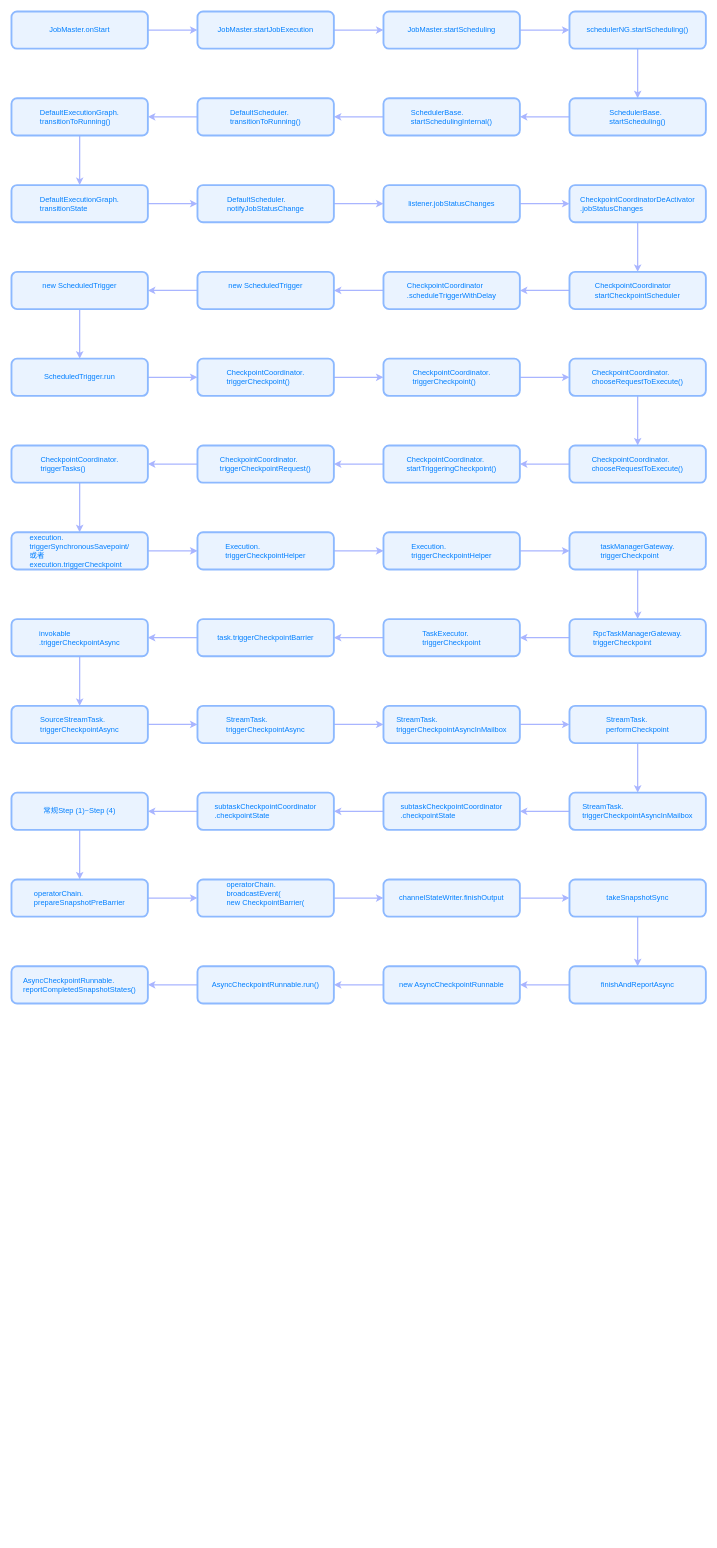
Earlier version of the draw.io diagram flink/未命名绘图.drawio (2pc/mydrawio). Source tidied: cells renumbered, new cells numbered last; positions are measured from the earlier drawing's top-left corner, leaving out a move shared by most shapes. Both pictures are drawn from the tidied source at 62%, with x=0, y=0 at pixel (11, 11).
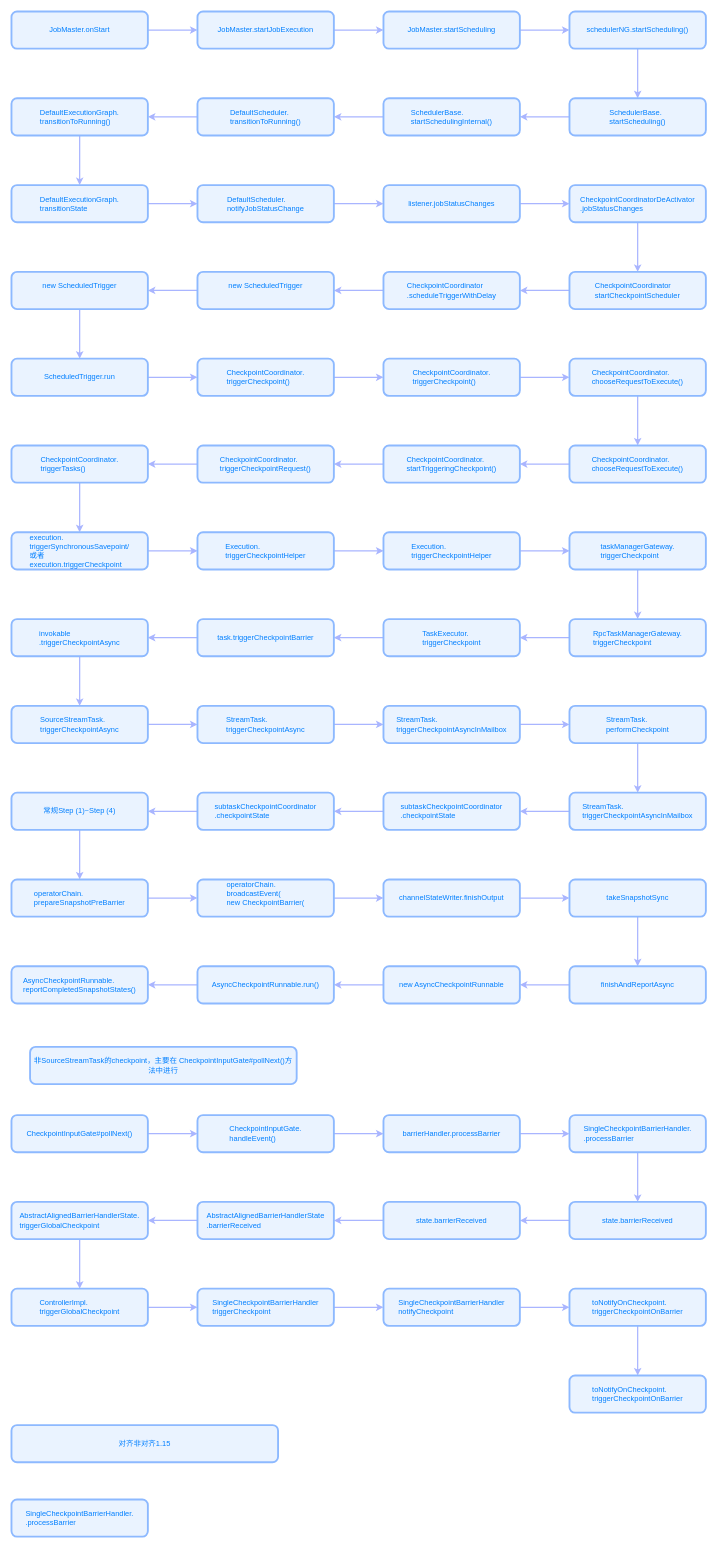
The same diagram, later.

Commit message:
streamtask ckp

The edit, as a diff of the source:
```diff
@@
+    <mxCell id="97" value="非SourceStreamTask的checkpoint，主要在&amp;nbsp;CheckpointInputGate#pollNext()方法中进行" style="rounded=1;whiteSpace=wrap;html=1;fontFamily=Helvetica;fontSize=12;fontColor=#007FFF;strokeColor=#8DB9FF;strokeWidth=3;fillColor=#EAF3FF;" parent="1" vertex="1">
+      <mxGeometry x="30" y="1670" width="430" height="60" as="geometry" />
+    </mxCell>
+    <mxCell id="98" style="edgeStyle=orthogonalEdgeStyle;rounded=0;jettySize=auto;html=1;fontFamily=Helvetica;fontSize=12;fontColor=#007FFF;strokeColor=#A9B5FF;strokeWidth=2;" parent="1" edge="1" source="99" target="101">
+      <mxGeometry relative="1" as="geometry" />
+    </mxCell>
+    <mxCell id="99" value="&lt;div style=&quot;text-align: left;&quot;&gt;&lt;span style=&quot;background-color: initial;&quot;&gt;&lt;font color=&quot;#007fff&quot;&gt;CheckpointInputGate#pollNext()&lt;/font&gt;&lt;/span&gt;&lt;/div&gt;" style="rounded=1;whiteSpace=wrap;html=1;fillColor=#EAF3FF;strokeColor=#8DB9FF;strokeWidth=3;" parent="1" vertex="1">
+      <mxGeometry y="1780" width="220" height="60" as="geometry" />
+    </mxCell>
+    <mxCell id="100" style="edgeStyle=orthogonalEdgeStyle;rounded=0;jettySize=auto;html=1;fontFamily=Helvetica;fontSize=12;fontColor=#007FFF;strokeColor=#A9B5FF;strokeWidth=2;" parent="1" edge="1" source="101" target="103">
+      <mxGeometry relative="1" as="geometry" />
+    </mxCell>
+    <mxCell id="101" value="&lt;span style=&quot;color: rgb(0, 127, 255); text-align: left;&quot;&gt;CheckpointInputGate.&lt;/span&gt;&lt;div style=&quot;text-align: left;&quot;&gt;&lt;span style=&quot;color: rgb(0, 127, 255); background-color: initial;&quot;&gt;handleEvent&lt;/span&gt;&lt;span style=&quot;background-color: initial; color: rgb(0, 127, 255);&quot;&gt;()&lt;/span&gt;&lt;/div&gt;" style="rounded=1;whiteSpace=wrap;html=1;fillColor=#EAF3FF;strokeColor=#8DB9FF;strokeWidth=3;" parent="1" vertex="1">
+      <mxGeometry x="300" y="1780" width="220" height="60" as="geometry" />
+    </mxCell>
+    <mxCell id="102" style="edgeStyle=orthogonalEdgeStyle;rounded=0;jettySize=auto;html=1;fontFamily=Helvetica;fontSize=12;fontColor=#007FFF;strokeColor=#A9B5FF;strokeWidth=2;" parent="1" edge="1" source="103" target="105">
+      <mxGeometry relative="1" as="geometry" />
+    </mxCell>
+    <mxCell id="103" value="&lt;div style=&quot;text-align: left;&quot;&gt;&lt;span style=&quot;background-color: initial;&quot;&gt;&lt;font color=&quot;#007fff&quot;&gt;barrierHandler.processBarrier&lt;/font&gt;&lt;/span&gt;&lt;/div&gt;" style="rounded=1;whiteSpace=wrap;html=1;fillColor=#EAF3FF;strokeColor=#8DB9FF;strokeWidth=3;" parent="1" vertex="1">
+      <mxGeometry x="600" y="1780" width="220" height="60" as="geometry" />
+    </mxCell>
+    <mxCell id="104" style="edgeStyle=orthogonalEdgeStyle;rounded=0;jettySize=auto;html=1;fontFamily=Helvetica;fontSize=12;fontColor=#007FFF;strokeColor=#A9B5FF;strokeWidth=2;" parent="1" edge="1" source="105" target="107">
+      <mxGeometry relative="1" as="geometry" />
+    </mxCell>
+    <mxCell id="105" value="&lt;div style=&quot;text-align: left;&quot;&gt;&lt;font color=&quot;#007fff&quot;&gt;SingleCheckpointBarrierHandler.&lt;/font&gt;&lt;br&gt;&lt;/div&gt;&lt;div style=&quot;text-align: left;&quot;&gt;&lt;span style=&quot;background-color: initial;&quot;&gt;&lt;font color=&quot;#007fff&quot;&gt;.processBarrier&lt;/font&gt;&lt;/span&gt;&lt;/div&gt;" style="rounded=1;whiteSpace=wrap;html=1;fillColor=#EAF3FF;strokeColor=#8DB9FF;strokeWidth=3;" parent="1" vertex="1">
+      <mxGeometry x="900" y="1780" width="220" height="60" as="geometry" />
+    </mxCell>
+    <mxCell id="106" style="edgeStyle=orthogonalEdgeStyle;rounded=0;jettySize=auto;html=1;fontFamily=Helvetica;fontSize=12;fontColor=#007FFF;strokeColor=#A9B5FF;strokeWidth=2;" parent="1" edge="1" source="107" target="109">
+      <mxGeometry relative="1" as="geometry" />
+    </mxCell>
+    <mxCell id="107" value="&lt;div style=&quot;text-align: left;&quot;&gt;&lt;font color=&quot;#007fff&quot;&gt;state.barrierReceived&lt;/font&gt;&lt;/div&gt;" style="rounded=1;whiteSpace=wrap;html=1;fillColor=#EAF3FF;strokeColor=#8DB9FF;strokeWidth=3;" parent="1" vertex="1">
+      <mxGeometry x="900" y="1920" width="220" height="60" as="geometry" />
+    </mxCell>
+    <mxCell id="108" style="edgeStyle=orthogonalEdgeStyle;rounded=0;jettySize=auto;html=1;fontFamily=Helvetica;fontSize=12;fontColor=#007FFF;strokeColor=#A9B5FF;strokeWidth=2;" parent="1" edge="1" source="109" target="111">
+      <mxGeometry relative="1" as="geometry" />
+    </mxCell>
+    <mxCell id="109" value="&lt;div style=&quot;text-align: left;&quot;&gt;&lt;font color=&quot;#007fff&quot;&gt;state.barrierReceived&lt;/font&gt;&lt;/div&gt;" style="rounded=1;whiteSpace=wrap;html=1;fillColor=#EAF3FF;strokeColor=#8DB9FF;strokeWidth=3;" parent="1" vertex="1">
+      <mxGeometry x="600" y="1920" width="220" height="60" as="geometry" />
+    </mxCell>
+    <mxCell id="110" style="edgeStyle=orthogonalEdgeStyle;rounded=0;jettySize=auto;html=1;fontFamily=Helvetica;fontSize=12;fontColor=#007FFF;strokeColor=#A9B5FF;strokeWidth=2;" parent="1" edge="1" source="111" target="113">
+      <mxGeometry relative="1" as="geometry" />
+    </mxCell>
+    <mxCell id="111" value="&lt;div style=&quot;text-align: left;&quot;&gt;&lt;span style=&quot;background-color: initial;&quot;&gt;&lt;font color=&quot;#007fff&quot;&gt;AbstractAlignedBarrierHandlerState&lt;/font&gt;&lt;/span&gt;&lt;/div&gt;&lt;div style=&quot;text-align: left;&quot;&gt;&lt;font color=&quot;#007fff&quot;&gt;.barrierReceived&lt;/font&gt;&lt;/div&gt;" style="rounded=1;whiteSpace=wrap;html=1;fillColor=#EAF3FF;strokeColor=#8DB9FF;strokeWidth=3;" parent="1" vertex="1">
+      <mxGeometry x="300" y="1920" width="220" height="60" as="geometry" />
+    </mxCell>
+    <mxCell id="112" style="edgeStyle=orthogonalEdgeStyle;rounded=0;jettySize=auto;html=1;fontFamily=Helvetica;fontSize=12;fontColor=#007FFF;strokeColor=#A9B5FF;strokeWidth=2;" parent="1" edge="1" source="113" target="115">
+      <mxGeometry relative="1" as="geometry" />
+    </mxCell>
+    <mxCell id="113" value="&lt;div style=&quot;text-align: left;&quot;&gt;&lt;span style=&quot;background-color: initial;&quot;&gt;&lt;font color=&quot;#007fff&quot;&gt;AbstractAlignedBarrierHandlerState&lt;/font&gt;&lt;/span&gt;&lt;span style=&quot;color: rgb(0, 127, 255); background-color: initial;&quot;&gt;.&lt;/span&gt;&lt;/div&gt;&lt;div style=&quot;text-align: left;&quot;&gt;&lt;span style=&quot;background-color: initial;&quot;&gt;&lt;font color=&quot;#007fff&quot;&gt;triggerGlobalCheckpoint&lt;/font&gt;&lt;/span&gt;&lt;/div&gt;" style="rounded=1;whiteSpace=wrap;html=1;fillColor=#EAF3FF;strokeColor=#8DB9FF;strokeWidth=3;" parent="1" vertex="1">
+      <mxGeometry y="1920" width="220" height="60" as="geometry" />
+    </mxCell>
+    <mxCell id="114" style="edgeStyle=orthogonalEdgeStyle;rounded=0;jettySize=auto;html=1;fontFamily=Helvetica;fontSize=12;fontColor=#007FFF;strokeColor=#A9B5FF;strokeWidth=2;" parent="1" edge="1" source="115" target="117">
+      <mxGeometry relative="1" as="geometry" />
+    </mxCell>
+    <mxCell id="115" value="&lt;div style=&quot;text-align: left;&quot;&gt;&lt;span style=&quot;background-color: initial;&quot;&gt;&lt;font color=&quot;#007fff&quot;&gt;ControllerImpl&lt;/font&gt;&lt;/span&gt;&lt;span style=&quot;background-color: initial; color: rgb(0, 127, 255);&quot;&gt;.&lt;/span&gt;&lt;/div&gt;&lt;div style=&quot;text-align: left;&quot;&gt;&lt;span style=&quot;background-color: initial;&quot;&gt;&lt;font color=&quot;#007fff&quot;&gt;triggerGlobalCheckpoint&lt;/font&gt;&lt;/span&gt;&lt;/div&gt;" style="rounded=1;whiteSpace=wrap;html=1;fillColor=#EAF3FF;strokeColor=#8DB9FF;strokeWidth=3;" parent="1" vertex="1">
+      <mxGeometry y="2060" width="220" height="60" as="geometry" />
+    </mxCell>
+    <mxCell id="116" style="edgeStyle=orthogonalEdgeStyle;rounded=0;jettySize=auto;html=1;fontFamily=Helvetica;fontSize=12;fontColor=#007FFF;strokeColor=#A9B5FF;strokeWidth=2;" parent="1" edge="1" source="117" target="119">
+      <mxGeometry relative="1" as="geometry" />
+    </mxCell>
+    <mxCell id="117" value="&lt;div style=&quot;text-align: left;&quot;&gt;&lt;span style=&quot;background-color: initial;&quot;&gt;&lt;font color=&quot;#007fff&quot;&gt;SingleCheckpointBarrierHandler&lt;/font&gt;&lt;/span&gt;&lt;/div&gt;&lt;div style=&quot;text-align: left;&quot;&gt;&lt;font color=&quot;#007fff&quot;&gt;triggerCheckpoint&lt;/font&gt;&lt;br&gt;&lt;/div&gt;" style="rounded=1;whiteSpace=wrap;html=1;fillColor=#EAF3FF;strokeColor=#8DB9FF;strokeWidth=3;" parent="1" vertex="1">
+      <mxGeometry x="300" y="2060" width="220" height="60" as="geometry" />
+    </mxCell>
+    <mxCell id="118" style="edgeStyle=orthogonalEdgeStyle;rounded=0;jettySize=auto;html=1;fontFamily=Helvetica;fontSize=12;fontColor=#007FFF;strokeColor=#A9B5FF;strokeWidth=2;" parent="1" edge="1" source="119" target="121">
+      <mxGeometry relative="1" as="geometry" />
+    </mxCell>
+    <mxCell id="119" value="&lt;div style=&quot;text-align: left;&quot;&gt;&lt;span style=&quot;background-color: initial;&quot;&gt;&lt;font color=&quot;#007fff&quot;&gt;SingleCheckpointBarrierHandler&lt;/font&gt;&lt;/span&gt;&lt;/div&gt;&lt;div style=&quot;text-align: left;&quot;&gt;&lt;font color=&quot;#007fff&quot;&gt;notifyCheckpoint&lt;/font&gt;&lt;br&gt;&lt;/div&gt;" style="rounded=1;whiteSpace=wrap;html=1;fillColor=#EAF3FF;strokeColor=#8DB9FF;strokeWidth=3;" parent="1" vertex="1">
+      <mxGeometry x="600" y="2060" width="220" height="60" as="geometry" />
+    </mxCell>
+    <mxCell id="120" style="edgeStyle=orthogonalEdgeStyle;rounded=0;jettySize=auto;html=1;fontFamily=Helvetica;fontSize=12;fontColor=#007FFF;strokeColor=#A9B5FF;strokeWidth=2;" parent="1" edge="1" source="121" target="122">
+      <mxGeometry relative="1" as="geometry" />
+    </mxCell>
+    <mxCell id="121" value="&lt;div style=&quot;text-align: left;&quot;&gt;&lt;font color=&quot;#007fff&quot;&gt;toNotifyOnCheckpoint.&lt;/font&gt;&lt;/div&gt;&lt;div style=&quot;text-align: left;&quot;&gt;&lt;font color=&quot;#007fff&quot;&gt;triggerCheckpointOnBarrier&lt;/font&gt;&lt;br&gt;&lt;/div&gt;" style="rounded=1;whiteSpace=wrap;html=1;fillColor=#EAF3FF;strokeColor=#8DB9FF;strokeWidth=3;" parent="1" vertex="1">
+      <mxGeometry x="900" y="2060" width="220" height="60" as="geometry" />
+    </mxCell>
+    <mxCell id="122" value="&lt;div style=&quot;text-align: left;&quot;&gt;&lt;font color=&quot;#007fff&quot;&gt;toNotifyOnCheckpoint.&lt;/font&gt;&lt;/div&gt;&lt;div style=&quot;text-align: left;&quot;&gt;&lt;font color=&quot;#007fff&quot;&gt;triggerCheckpointOnBarrier&lt;/font&gt;&lt;br&gt;&lt;/div&gt;" style="rounded=1;whiteSpace=wrap;html=1;fillColor=#EAF3FF;strokeColor=#8DB9FF;strokeWidth=3;" parent="1" vertex="1">
+      <mxGeometry x="900" y="2200" width="220" height="60" as="geometry" />
+    </mxCell>
+    <mxCell id="123" value="对齐非对齐1.15" style="rounded=1;whiteSpace=wrap;html=1;fontFamily=Helvetica;fontSize=12;fontColor=#007FFF;strokeColor=#8DB9FF;strokeWidth=3;fillColor=#EAF3FF;" parent="1" vertex="1">
+      <mxGeometry y="2280" width="430" height="60" as="geometry" />
+    </mxCell>
+    <mxCell id="124" value="&lt;div style=&quot;text-align: left;&quot;&gt;&lt;div&gt;&lt;font color=&quot;#007fff&quot;&gt;SingleCheckpointBarrierHandler.&lt;/font&gt;&lt;/div&gt;&lt;div&gt;&lt;font color=&quot;#007fff&quot;&gt;.processBarrier&lt;/font&gt;&lt;/div&gt;&lt;/div&gt;" style="rounded=1;whiteSpace=wrap;html=1;fillColor=#EAF3FF;strokeColor=#8DB9FF;strokeWidth=3;" parent="1" vertex="1">
+      <mxGeometry y="2400" width="220" height="60" as="geometry" />
+    </mxCell>
```
